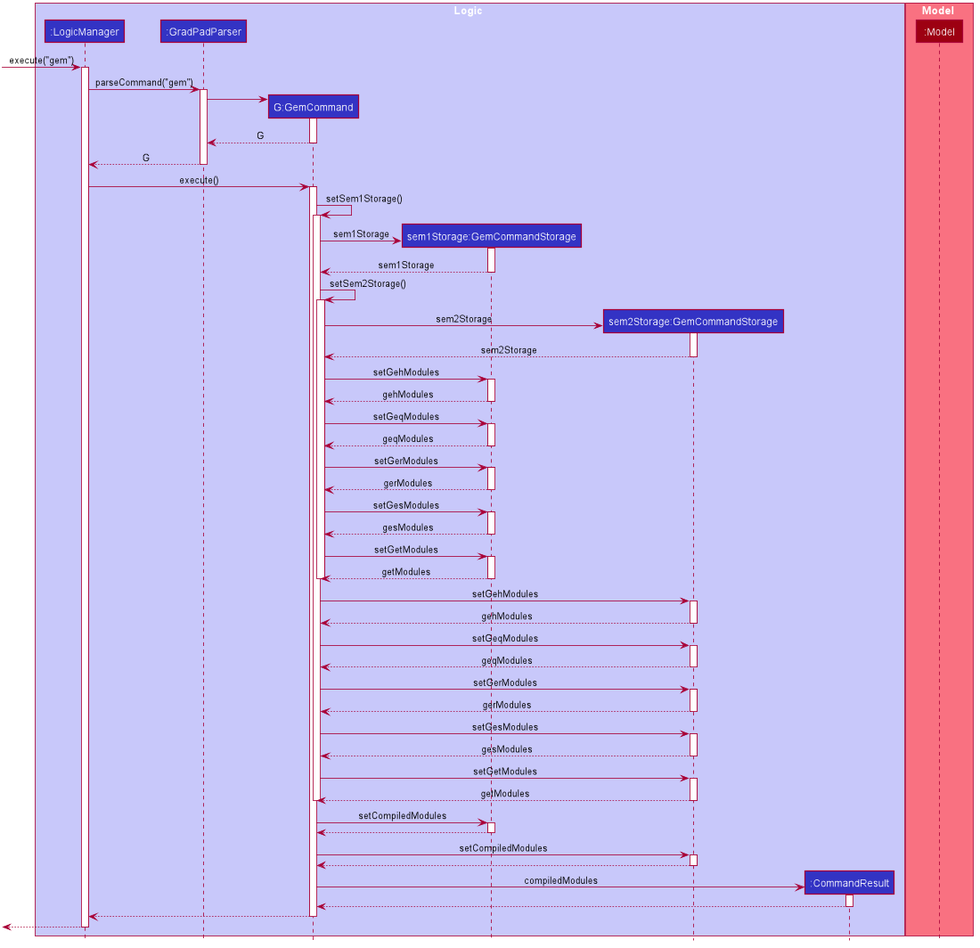
Before: docs/images/GemSequenceDiagram.png, a diagram exported from PlantUML (yan-soon/tp). Source of this version:
```plantuml
@startuml









skinparam BackgroundColor #FFFFFFF

skinparam Shadowing false

skinparam Class {
    FontColor #FFFFFF
    BorderThickness 1
    BorderColor #FFFFFF
    StereotypeFontColor #FFFFFF
    FontName Arial
}

skinparam Actor {
    BorderColor #000000
    Color #000000
    FontName Arial
}

skinparam Sequence {
    MessageAlign center
    BoxFontSize 15
    BoxPadding 0
    BoxFontColor #FFFFFF
    FontName Arial
}

skinparam Participant {
    FontColor #FFFFFFF
    Padding 20
}

skinparam MinClassWidth 50
skinparam ParticipantPadding 10
skinparam Shadowing false
skinparam DefaultTextAlignment center
skinparam packageStyle Rectangle

hide footbox
hide members
hide circle

box Logic #C8C8FA
participant ":LogicManager" as LogicManager #3333C4
participant ":GradPadParser" as GradPadParser #3333C4
participant "G:GemCommand" as GemCommand #3333C4
participant "sem1Storage:GemCommandStorage" as GemCommandStorage #3333C4
participant "sem2Storage:GemCommandStorage" as GemCommandStorage2 #3333C4
participant ":CommandResult" as CommandResult #3333C4
end box

box Model #F97181
participant ":Model" as Model #9D0012
end box

[-> LogicManager : execute("gem")
activate LogicManager

LogicManager -> GradPadParser : parseCommand("gem")
activate GradPadParser

create GemCommand
GradPadParser -> GemCommand
activate GemCommand

GemCommand --> GradPadParser : G
deactivate GemCommand

GradPadParser --> LogicManager : G
deactivate GradPadParser

LogicManager -> GemCommand : execute()
activate GemCommand

GemCommand -> GemCommand : setSem1Storage()
activate GemCommand

create GemCommandStorage
GemCommand -> GemCommandStorage : sem1Storage
activate GemCommandStorage

GemCommandStorage --> GemCommand : sem1Storage
deactivate GemCommandStorage

GemCommand -> GemCommand : setSem2Storage()
activate GemCommand

create GemCommandStorage2
GemCommand -> GemCommandStorage2 : sem2Storage
activate GemCommandStorage2

GemCommandStorage2 --> GemCommand : sem2Storage
deactivate GemCommandStorage2

GemCommand -> GemCommandStorage : setGehModules
activate GemCommandStorage

GemCommandStorage --> GemCommand : gehModules
deactivate GemCommandStorage

GemCommand -> GemCommandStorage : setGeqModules
activate GemCommandStorage

GemCommandStorage --> GemCommand : geqModules
deactivate GemCommandStorage

GemCommand -> GemCommandStorage : setGerModules
activate GemCommandStorage

GemCommandStorage --> GemCommand : gerModules
deactivate GemCommandStorage

GemCommand -> GemCommandStorage : setGesModules
activate GemCommandStorage

GemCommandStorage --> GemCommand : gesModules
deactivate GemCommandStorage

GemCommand -> GemCommandStorage : setGetModules
activate GemCommandStorage

GemCommandStorage --> GemCommand : getModules
deactivate GemCommandStorage

deactivate GemCommand

GemCommand -> GemCommandStorage2 : setGehModules
activate GemCommandStorage2

GemCommandStorage2 --> GemCommand : gehModules
deactivate GemCommandStorage2

GemCommand -> GemCommandStorage2 : setGeqModules
activate GemCommandStorage2

GemCommandStorage2 --> GemCommand : geqModules
deactivate GemCommandStorage2

GemCommand -> GemCommandStorage2 : setGerModules
activate GemCommandStorage2

GemCommandStorage2 --> GemCommand : gerModules
deactivate GemCommandStorage2

GemCommand -> GemCommandStorage2 : setGesModules
activate GemCommandStorage2

GemCommandStorage2 --> GemCommand : gesModules
deactivate GemCommandStorage2

GemCommand -> GemCommandStorage2 : setGetModules
activate GemCommandStorage2

GemCommandStorage2 --> GemCommand : getModules
deactivate GemCommandStorage2
deactivate GemCommand

GemCommand -> GemCommandStorage : setCompiledModules
activate GemCommandStorage

GemCommandStorage --> GemCommand
deactivate GemCommandStorage

GemCommand -> GemCommandStorage2 : setCompiledModules
activate GemCommandStorage2

GemCommandStorage2 --> GemCommand
deactivate GemCommandStorage2

create CommandResult
GemCommand -> CommandResult : compiledModules
activate CommandResult

CommandResult --> GemCommand
deactivate CommandResult

GemCommand --> LogicManager
deactivate GemCommand

[<--LogicManager
deactivate LogicManager
@enduml
```
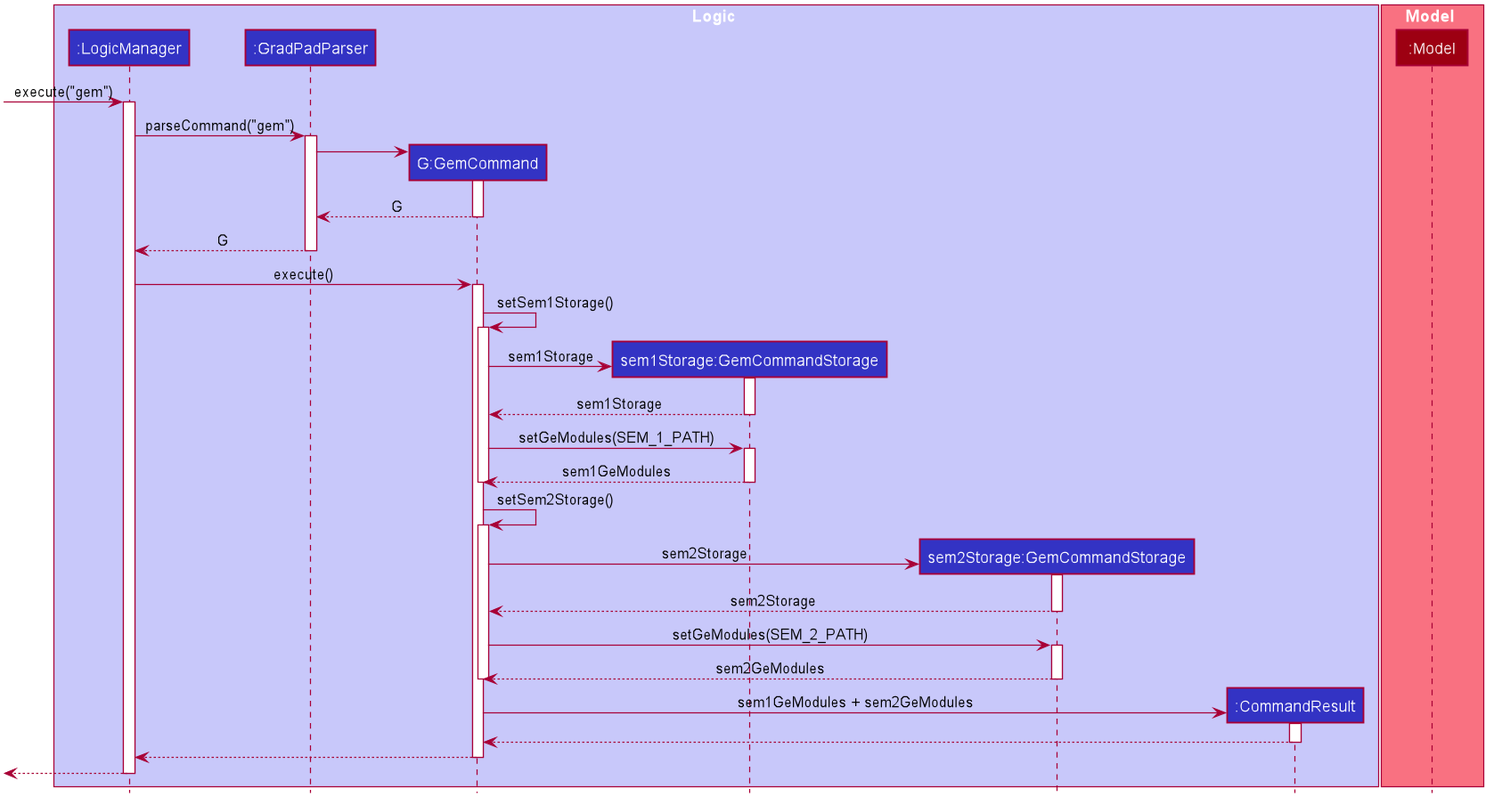
After the change.

Commit message:
remove lower level details of seq diagrams

Diff of the diagram source:
```diff
@@ -91,6 +91,14 @@
 GemCommandStorage --> GemCommand : sem1Storage
 deactivate GemCommandStorage
 
+GemCommand -> GemCommandStorage : setGeModules(SEM_1_PATH)
+activate GemCommandStorage
+
+GemCommandStorage --> GemCommand : sem1GeModules
+deactivate GemCommandStorage
+
+deactivate GemCommand
+
 GemCommand -> GemCommand : setSem2Storage()
 activate GemCommand
 
@@ -101,83 +109,16 @@
 GemCommandStorage2 --> GemCommand : sem2Storage
 deactivate GemCommandStorage2
 
-GemCommand -> GemCommandStorage : setGehModules
-activate GemCommandStorage
+GemCommand -> GemCommandStorage2 : setGeModules(SEM_2_PATH)
+activate GemCommandStorage2
 
-GemCommandStorage --> GemCommand : gehModules
-deactivate GemCommandStorage
-
-GemCommand -> GemCommandStorage : setGeqModules
-activate GemCommandStorage
-
-GemCommandStorage --> GemCommand : geqModules
-deactivate GemCommandStorage
-
-GemCommand -> GemCommandStorage : setGerModules
-activate GemCommandStorage
-
-GemCommandStorage --> GemCommand : gerModules
-deactivate GemCommandStorage
-
-GemCommand -> GemCommandStorage : setGesModules
-activate GemCommandStorage
-
-GemCommandStorage --> GemCommand : gesModules
-deactivate GemCommandStorage
-
-GemCommand -> GemCommandStorage : setGetModules
-activate GemCommandStorage
-
-GemCommandStorage --> GemCommand : getModules
-deactivate GemCommandStorage
+GemCommandStorage2 --> GemCommand : sem2GeModules
+deactivate GemCommandStorage2
 
 deactivate GemCommand
 
-GemCommand -> GemCommandStorage2 : setGehModules
-activate GemCommandStorage2
-
-GemCommandStorage2 --> GemCommand : gehModules
-deactivate GemCommandStorage2
-
-GemCommand -> GemCommandStorage2 : setGeqModules
-activate GemCommandStorage2
-
-GemCommandStorage2 --> GemCommand : geqModules
-deactivate GemCommandStorage2
-
-GemCommand -> GemCommandStorage2 : setGerModules
-activate GemCommandStorage2
-
-GemCommandStorage2 --> GemCommand : gerModules
-deactivate GemCommandStorage2
-
-GemCommand -> GemCommandStorage2 : setGesModules
-activate GemCommandStorage2
-
-GemCommandStorage2 --> GemCommand : gesModules
-deactivate GemCommandStorage2
-
-GemCommand -> GemCommandStorage2 : setGetModules
-activate GemCommandStorage2
-
-GemCommandStorage2 --> GemCommand : getModules
-deactivate GemCommandStorage2
-deactivate GemCommand
-
-GemCommand -> GemCommandStorage : setCompiledModules
-activate GemCommandStorage
-
-GemCommandStorage --> GemCommand
-deactivate GemCommandStorage
-
-GemCommand -> GemCommandStorage2 : setCompiledModules
-activate GemCommandStorage2
-
-GemCommandStorage2 --> GemCommand
-deactivate GemCommandStorage2
-
 create CommandResult
-GemCommand -> CommandResult : compiledModules
+GemCommand -> CommandResult : sem1GeModules + sem2GeModules
 activate CommandResult
 
 CommandResult --> GemCommand
```
